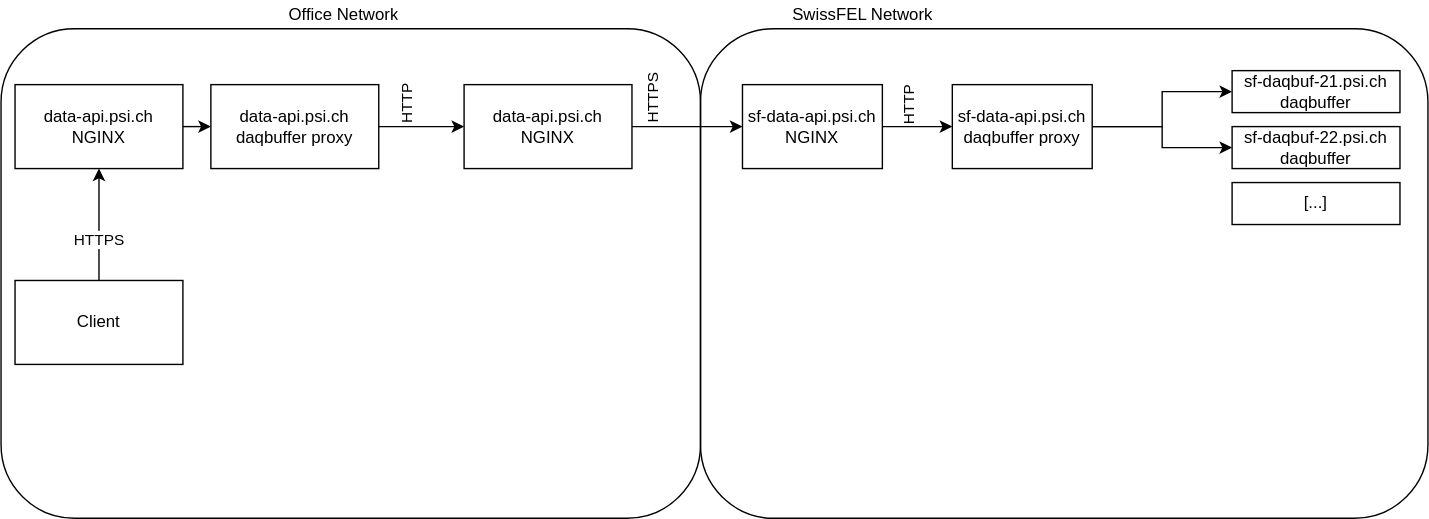
Above: sf-http-flow.drawio.svg in paulscherrerinstitute/daqbuffer-docs (draw.io), before the change. Source tidied: cells renumbered, new cells last; positions are measured from the earlier drawing's top-left corner, leaving out a move shared by most shapes.
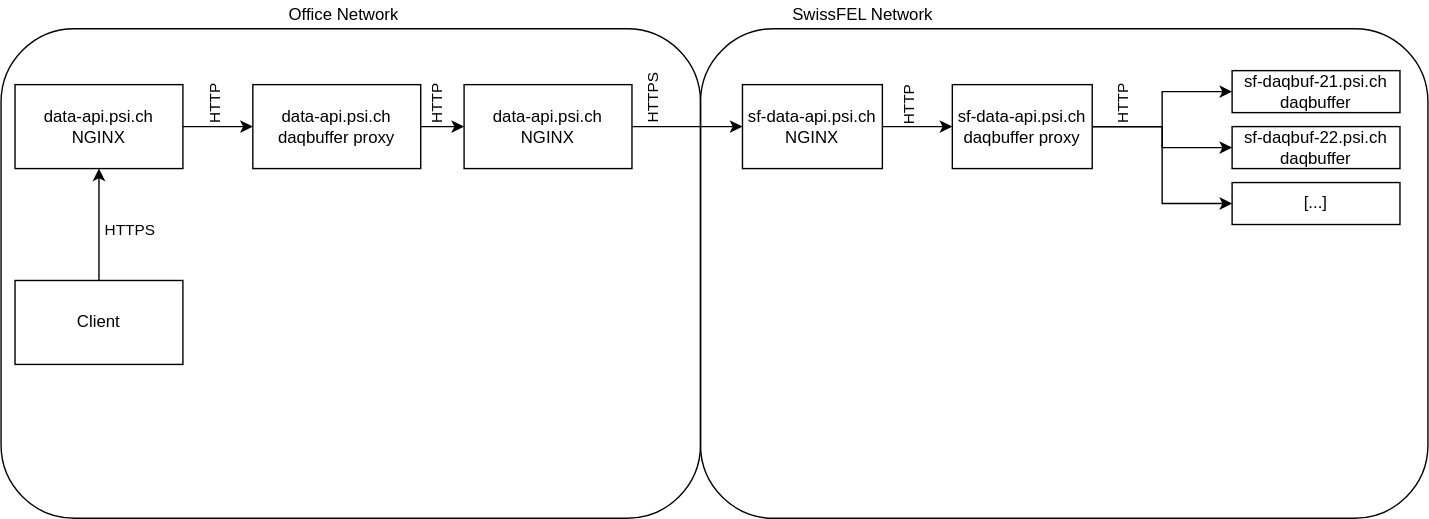
After the change.

Change to the diagram source:
```diff
@@ -11,9 +11,14 @@
     <mxCell id="4" value="Office Network" style="text;strokeColor=none;fillColor=none;align=left;verticalAlign=middle;spacingLeft=4;spacingRight=4;overflow=hidden;whiteSpace=wrap;html=1;rounded=1;shadow=0;glass=0;sketch=0;" parent="1" vertex="1">
       <mxGeometry x="200" width="160" height="20" as="geometry" />
     </mxCell>
-    <mxCell id="5" style="edgeStyle=orthogonalEdgeStyle;rounded=0;jettySize=auto;html=1;exitX=1;exitY=0.5;exitDx=0;exitDy=0;entryX=0;entryY=0.5;entryDx=0;entryDy=0;strokeWidth=1;" parent="1" edge="1" source="6" target="19">
+    <mxCell id="5" style="edgeStyle=orthogonalEdgeStyle;rounded=0;jettySize=auto;html=1;exitX=1;exitY=0.5;exitDx=0;exitDy=0;strokeWidth=1;entryX=0;entryY=0.5;entryDx=0;entryDy=0;" parent="1" edge="1" source="6" target="19">
       <mxGeometry relative="1" as="geometry" />
     </mxCell>
+    <mxCell id="26" value="HTTP" style="edgeLabel;html=1;align=center;verticalAlign=middle;horizontal=0;" parent="5" vertex="1">
+      <mxGeometry x="0.73" y="-4" relative="1" as="geometry">
+        <mxPoint x="-21" y="-19" as="offset" />
+      </mxGeometry>
+    </mxCell>
     <mxCell id="6" value="data-api.psi.ch&lt;br&gt;NGINX" style="rounded=0;whiteSpace=wrap;html=1;shadow=0;glass=0;sketch=0;fillColor=default;" parent="1" vertex="1">
       <mxGeometry x="10" y="60" width="120" height="60" as="geometry" />
     </mxCell>
@@ -44,7 +49,9 @@
       <mxGeometry relative="1" as="geometry" />
     </mxCell>
     <mxCell id="15" value="HTTPS" style="edgeLabel;html=1;align=center;verticalAlign=middle;" parent="14" vertex="1">
-      <mxGeometry x="-0.25" y="1" relative="1" as="geometry" />
+      <mxGeometry x="-0.25" y="1" relative="1" as="geometry">
+        <mxPoint x="22" y="-7" as="offset" />
+      </mxGeometry>
     </mxCell>
     <mxCell id="16" value="Client" style="rounded=0;whiteSpace=wrap;html=1;shadow=0;glass=0;sketch=0;fillColor=default;" parent="1" vertex="1">
       <mxGeometry x="10" y="200" width="120" height="60" as="geometry" />
@@ -54,11 +61,11 @@
     </mxCell>
     <mxCell id="18" value="HTTP" style="edgeLabel;html=1;align=center;verticalAlign=middle;rotation=0;horizontal=0;" parent="17" vertex="1">
       <mxGeometry x="-0.94" y="1" relative="1" as="geometry">
-        <mxPoint x="17" y="-14" as="offset" />
+        <mxPoint x="10" y="-14" as="offset" />
       </mxGeometry>
     </mxCell>
     <mxCell id="19" value="data-api.psi.ch&lt;br&gt;daqbuffer proxy" style="rounded=0;whiteSpace=wrap;html=1;shadow=0;glass=0;sketch=0;fillColor=default;" parent="1" vertex="1">
-      <mxGeometry x="150" y="60" width="120" height="60" as="geometry" />
+      <mxGeometry x="180" y="60" width="120" height="60" as="geometry" />
     </mxCell>
     <mxCell id="20" style="edgeStyle=orthogonalEdgeStyle;rounded=0;jettySize=auto;html=1;exitX=1;exitY=0.5;exitDx=0;exitDy=0;strokeWidth=1;entryX=0;entryY=0.5;entryDx=0;entryDy=0;" parent="1" edge="1" source="22" target="9">
       <mxGeometry relative="1" as="geometry" />
@@ -71,12 +78,20 @@
     <mxCell id="22" value="data-api.psi.ch&lt;br&gt;NGINX" style="rounded=0;whiteSpace=wrap;html=1;shadow=0;glass=0;sketch=0;fillColor=default;" parent="1" vertex="1">
       <mxGeometry x="331" y="60" width="120" height="60" as="geometry" />
     </mxCell>
-    <mxCell id="23" style="edgeStyle=orthogonalEdgeStyle;rounded=0;jettySize=auto;html=1;exitX=1;exitY=0.5;exitDx=0;exitDy=0;entryX=0;entryY=0.5;entryDx=0;entryDy=0;strokeWidth=1;" parent="1" edge="1" source="25" target="11">
+    <mxCell id="23" style="edgeStyle=orthogonalEdgeStyle;rounded=0;jettySize=auto;html=1;exitX=1;exitY=0.5;exitDx=0;exitDy=0;strokeWidth=1;entryX=0;entryY=0.5;entryDx=0;entryDy=0;" parent="1" edge="1" source="25" target="11">
       <mxGeometry relative="1" as="geometry" />
     </mxCell>
+    <mxCell id="27" value="HTTP" style="edgeLabel;html=1;align=center;verticalAlign=middle;horizontal=0;" parent="23" vertex="1">
+      <mxGeometry x="0.76" y="2" relative="1" as="geometry">
+        <mxPoint x="-64" y="12" as="offset" />
+      </mxGeometry>
+    </mxCell>
     <mxCell id="24" style="edgeStyle=orthogonalEdgeStyle;rounded=0;jettySize=auto;html=1;exitX=1;exitY=0.5;exitDx=0;exitDy=0;entryX=0;entryY=0.5;entryDx=0;entryDy=0;strokeWidth=1;" parent="1" edge="1" source="25" target="12">
       <mxGeometry relative="1" as="geometry" />
     </mxCell>
+    <mxCell id="28" style="edgeStyle=orthogonalEdgeStyle;rounded=0;jettySize=auto;html=1;exitX=1;exitY=0.5;exitDx=0;exitDy=0;entryX=0;entryY=0.5;entryDx=0;entryDy=0;strokeWidth=1;" parent="1" edge="1" source="25" target="13">
+      <mxGeometry relative="1" as="geometry" />
+    </mxCell>
     <mxCell id="25" value="sf-data-api.psi.ch&lt;br&gt;daqbuffer proxy" style="rounded=0;whiteSpace=wrap;html=1;shadow=0;glass=0;sketch=0;fillColor=default;" parent="1" vertex="1">
       <mxGeometry x="680" y="60" width="100" height="60" as="geometry" />
     </mxCell>
```
